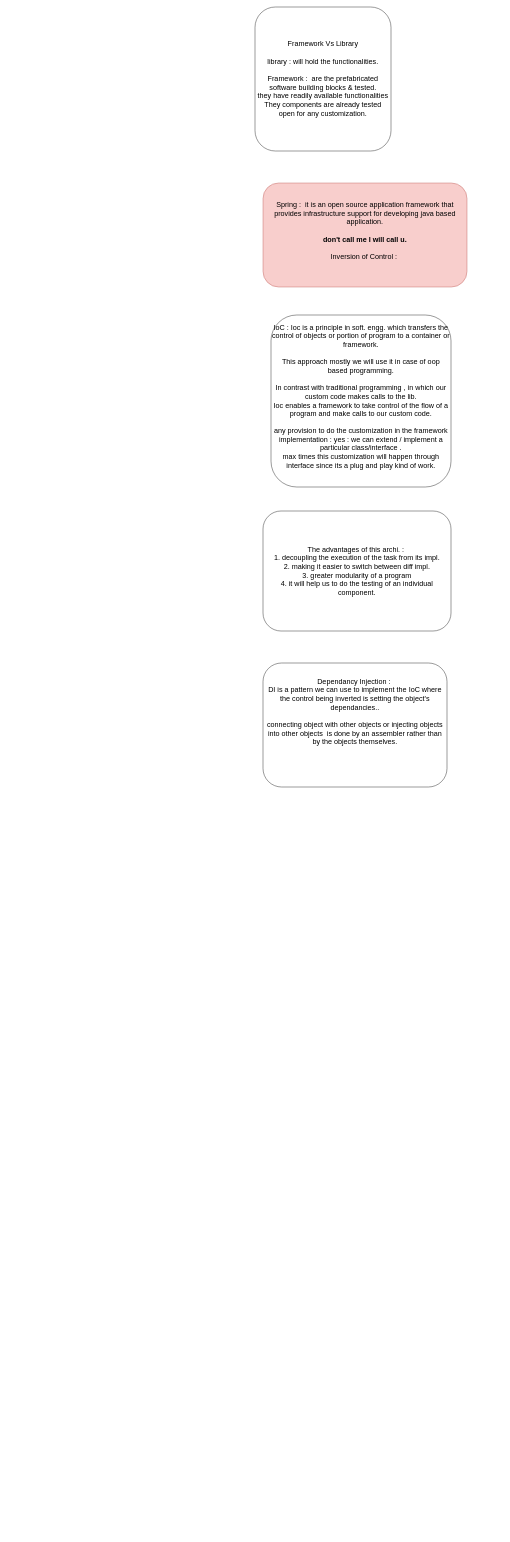
Earlier version of the draw.io diagram page "Spring" (10 of 11) of Untitled Diagram.drawio (abhinandanchivate/imarticussg). Source tidied: cells renumbered, new cells numbered last; positions are measured from the earlier drawing's top-left corner, leaving out a move shared by most shapes. Both pictures are drawn from the tidied source at 40%, with x=0, y=0 at pixel (255, 7).
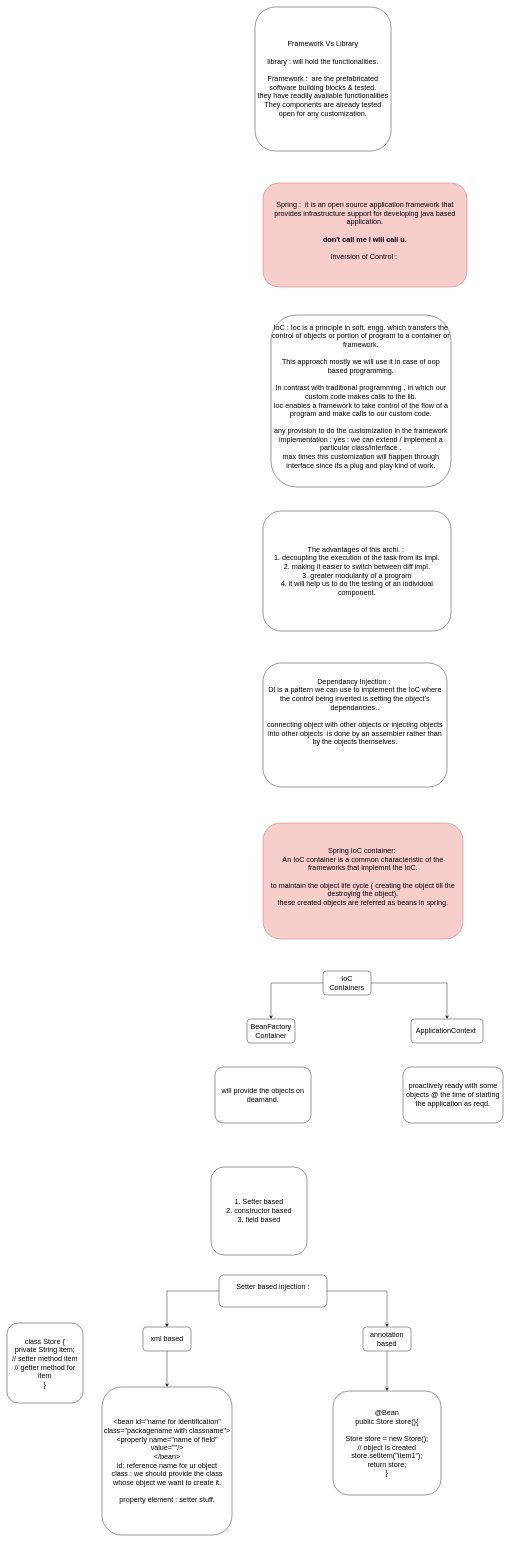
The same diagram, later.

Diff of the diagram source:
```diff
@@
+    <mxCell id="7" value="Spring IoC container:&amp;nbsp;&lt;br&gt;An IoC container is a common characteristic of the frameworks that implemnt the IoC.&lt;br&gt;&lt;br&gt;to maintain the object life cycle ( creating the object till the destroying the object).&lt;br&gt;these created objects are referred as beans in spring.&lt;br&gt;&lt;br&gt;" style="rounded=1;whiteSpace=wrap;html=1;fontSize=18;fillColor=#f8cecc;strokeColor=#b85450;" parent="1" vertex="1">
+      <mxGeometry x="20" y="2040" width="500" height="290" as="geometry" />
+    </mxCell>
+    <mxCell id="8" style="edgeStyle=orthogonalEdgeStyle;rounded=0;jettySize=auto;html=1;fontSize=18;" parent="1" edge="1" source="10" target="11">
+      <mxGeometry relative="1" as="geometry" />
+    </mxCell>
+    <mxCell id="9" style="edgeStyle=orthogonalEdgeStyle;rounded=0;jettySize=auto;html=1;fontSize=18;" parent="1" edge="1" source="10" target="12">
+      <mxGeometry relative="1" as="geometry" />
+    </mxCell>
+    <mxCell id="10" value="IoC Containers" style="rounded=1;whiteSpace=wrap;html=1;fontSize=18;" parent="1" vertex="1">
+      <mxGeometry x="170" y="2410" width="120" height="60" as="geometry" />
+    </mxCell>
+    <mxCell id="11" value="BeanFactory Container" style="whiteSpace=wrap;html=1;fontSize=18;rounded=1;" parent="1" vertex="1">
+      <mxGeometry x="-20" y="2530" width="120" height="60" as="geometry" />
+    </mxCell>
+    <mxCell id="12" value="ApplicationContext&amp;nbsp;" style="whiteSpace=wrap;html=1;fontSize=18;rounded=1;" parent="1" vertex="1">
+      <mxGeometry x="390" y="2530" width="180" height="60" as="geometry" />
+    </mxCell>
+    <mxCell id="13" value="will provide the objects on deamand." style="rounded=1;whiteSpace=wrap;html=1;fontSize=18;" parent="1" vertex="1">
+      <mxGeometry x="-100" y="2650" width="240" height="140" as="geometry" />
+    </mxCell>
+    <mxCell id="14" value="proactively ready with some objects @ the time of starting the application as reqd." style="rounded=1;whiteSpace=wrap;html=1;fontSize=18;" parent="1" vertex="1">
+      <mxGeometry x="370" y="2650" width="250" height="140" as="geometry" />
+    </mxCell>
+    <mxCell id="15" value="1. Setter based&lt;br&gt;2. constructor based&lt;br&gt;3. field based" style="rounded=1;whiteSpace=wrap;html=1;fontSize=18;" parent="1" vertex="1">
+      <mxGeometry x="-110" y="2900" width="240" height="220" as="geometry" />
+    </mxCell>
+    <mxCell id="16" style="edgeStyle=orthogonalEdgeStyle;rounded=0;jettySize=auto;html=1;fontSize=18;" parent="1" edge="1" source="18" target="20">
+      <mxGeometry relative="1" as="geometry" />
+    </mxCell>
+    <mxCell id="17" style="edgeStyle=orthogonalEdgeStyle;rounded=0;jettySize=auto;html=1;fontSize=18;" parent="1" edge="1" source="18" target="22">
+      <mxGeometry relative="1" as="geometry" />
+    </mxCell>
+    <mxCell id="18" value="Setter based injection :&lt;br&gt;&lt;br&gt;" style="rounded=1;whiteSpace=wrap;html=1;fontSize=18;" parent="1" vertex="1">
+      <mxGeometry x="-90" y="3170" width="270" height="80" as="geometry" />
+    </mxCell>
+    <mxCell id="19" style="edgeStyle=orthogonalEdgeStyle;rounded=0;jettySize=auto;html=1;fontSize=18;" parent="1" edge="1" source="20" target="24">
+      <mxGeometry relative="1" as="geometry" />
+    </mxCell>
+    <mxCell id="20" value="xml based" style="whiteSpace=wrap;html=1;fontSize=18;rounded=1;" parent="1" vertex="1">
+      <mxGeometry x="-280" y="3300" width="120" height="60" as="geometry" />
+    </mxCell>
+    <mxCell id="21" style="edgeStyle=orthogonalEdgeStyle;rounded=0;jettySize=auto;html=1;fontSize=18;" parent="1" edge="1" source="22" target="25">
+      <mxGeometry relative="1" as="geometry" />
+    </mxCell>
+    <mxCell id="22" value="annotation based" style="whiteSpace=wrap;html=1;fontSize=18;rounded=1;" parent="1" vertex="1">
+      <mxGeometry x="270" y="3300" width="120" height="60" as="geometry" />
+    </mxCell>
+    <mxCell id="23" value="class Store {&lt;br&gt;private String item;&lt;br&gt;// setter method item&lt;br&gt;// getter method for item&lt;br&gt;}" style="rounded=1;whiteSpace=wrap;html=1;fontSize=18;" parent="1" vertex="1">
+      <mxGeometry x="-620" y="3290" width="190" height="200" as="geometry" />
+    </mxCell>
+    <mxCell id="24" value="&amp;lt;bean id=&quot;name for identification&quot; class=&quot;packagename with classname&quot;&amp;gt;&lt;br&gt;&amp;lt;property name=&quot;name of field&quot; value=&quot;&quot;/&amp;gt;&lt;br&gt;&amp;lt;/bean&amp;gt;&lt;br&gt;id: reference name for ur object&lt;br&gt;class : we should provide the class whose object we want to create it.&lt;br&gt;&lt;br&gt;property element : setter stuff." style="whiteSpace=wrap;html=1;fontSize=18;rounded=1;" parent="1" vertex="1">
+      <mxGeometry x="-382.5" y="3450" width="325" height="370" as="geometry" />
+    </mxCell>
+    <mxCell id="25" value="@Bean&lt;br&gt;public Store store(){&lt;br&gt;&lt;br&gt;Store store = new Store();&lt;br&gt;// object is created&lt;br&gt;store.setItem(&quot;item1&quot;);&lt;br&gt;return store;&lt;br&gt;}&lt;br&gt;" style="whiteSpace=wrap;html=1;fontSize=18;rounded=1;" parent="1" vertex="1">
+      <mxGeometry x="195" y="3460" width="270" height="260" as="geometry" />
+    </mxCell>
```
